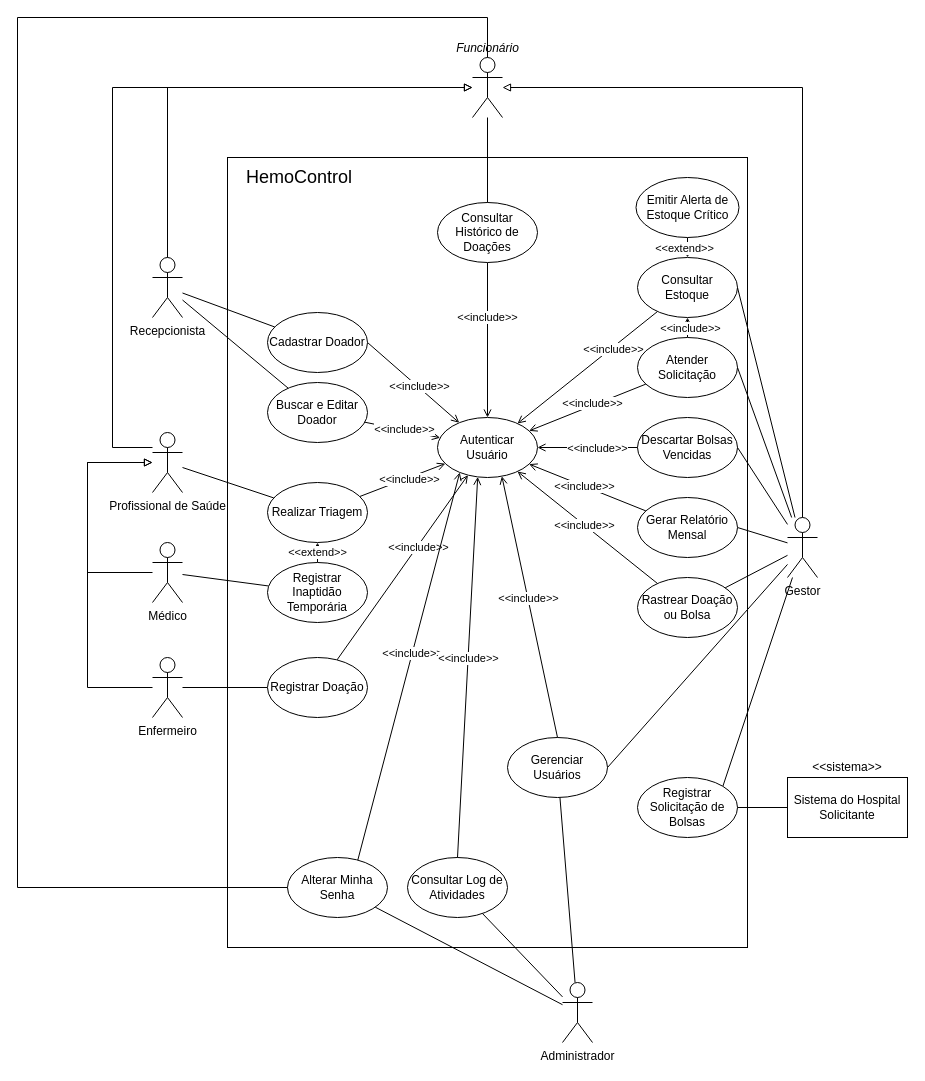
Before: docs/casos-de-uso.drawio in Grabiie/hemocontrol, a draw.io diagram. Source tidied: cells renumbered, new cells numbered last; positions are measured from the earlier drawing's top-left corner, leaving out a move shared by most shapes. Both pictures are drawn from the tidied source at 100%, with x=0, y=0 at pixel (17, 17).
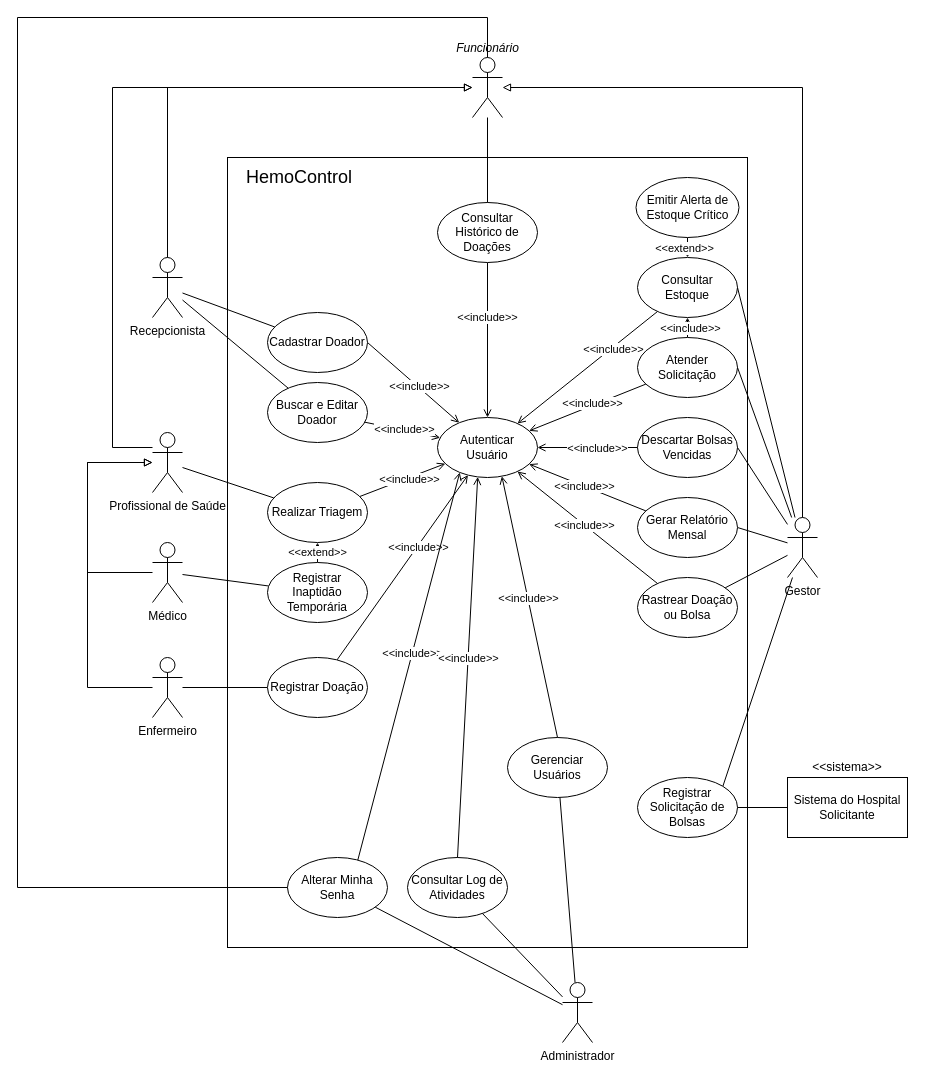
After the change.

Commit message (it also covers changes not shown here):
docs: atualiza RF-13, RF-14, RN-12 e os diagramas

Unchanged cells that the change refers to:
```xml
<mxCell id="9" value="Gestor " style="shape=umlActor;verticalLabelPosition=bottom;verticalAlign=top;html=1;outlineConnect=0;labelPerimeter=1;" parent="1" vertex="1">
  <mxGeometry x="770" y="500" width="30" height="60" as="geometry" />
</mxCell>
<mxCell id="61" value="Gerenciar Usuários" style="ellipse;whiteSpace=wrap;html=1;shapeInside=1;" parent="1" vertex="1">
  <mxGeometry x="490" y="720" width="100" height="60" as="geometry" />
</mxCell>
```

Change to the diagram source:
```diff
@@
-    <mxCell id="62" style="rounded=0;jettySize=auto;html=1;defaultLabelBackgroundColor=page;endArrow=none;endFill=0;exitX=1;exitY=0.5;exitDx=0;exitDy=0;" parent="1" edge="1" source="61" target="9">
-      <mxGeometry relative="1" as="geometry" />
-    </mxCell>
```
